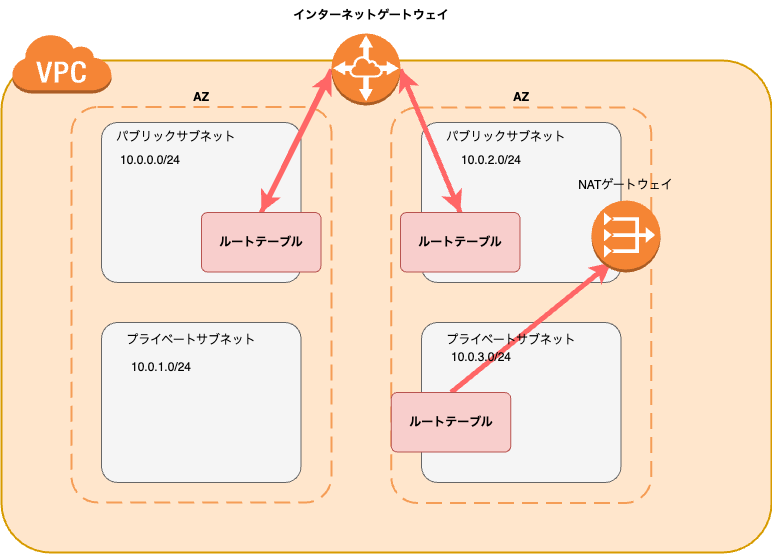
Earlier version of the draw.io export archtect.png (cossack910/AWS-SAA). Source tidied: cells renumbered, new cells last; positions are measured from the earlier drawing's top-left corner, leaving out a move shared by most shapes. The source it was exported from:
```xml
<mxGraphModel background="#ffffff">
  <root>
    <mxCell id="0" />
    <mxCell id="1" parent="0" />
    <mxCell id="2" style="rounded=1;arcSize=10;dashed=0;fillColor=#ffe6cc;strokeWidth=2;strokeColor=#d79b00;" parent="1" vertex="1">
      <mxGeometry y="60" width="770" height="492" as="geometry" />
    </mxCell>
    <mxCell id="3" style="rounded=1;arcSize=10;dashed=1;strokeColor=#F59D56;fillColor=none;gradientColor=none;dashPattern=8 4;strokeWidth=2;" parent="1" vertex="1">
      <mxGeometry x="389.8" y="107" width="260" height="395.5" as="geometry" />
    </mxCell>
    <mxCell id="4" style="rounded=1;arcSize=10;dashed=1;strokeColor=#F59D56;fillColor=none;gradientColor=none;dashPattern=8 4;strokeWidth=2;" parent="1" vertex="1">
      <mxGeometry x="70" y="106.5" width="260" height="395.5" as="geometry" />
    </mxCell>
    <mxCell id="5" style="dashed=0;html=1;shape=mxgraph.aws3.virtual_private_cloud;fillColor=#F58536;gradientColor=none;dashed=0;" parent="1" vertex="1">
      <mxGeometry x="10" y="33" width="100" height="60" as="geometry" />
    </mxCell>
    <mxCell id="6" style="rounded=1;arcSize=10;strokeColor=#666666;fillColor=#f5f5f5;fontColor=#333333;" parent="1" vertex="1">
      <mxGeometry x="100" y="122" width="199.5" height="160" as="geometry" />
    </mxCell>
    <mxCell id="7" style="rounded=1;arcSize=10;strokeColor=#666666;fillColor=#f5f5f5;fontColor=#333333;" parent="1" vertex="1">
      <mxGeometry x="100" y="322" width="199.5" height="160" as="geometry" />
    </mxCell>
    <mxCell id="8" style="rounded=1;arcSize=10;strokeColor=#666666;fillColor=#f5f5f5;fontColor=#333333;" parent="1" vertex="1">
      <mxGeometry x="420" y="122" width="199.5" height="160" as="geometry" />
    </mxCell>
    <mxCell id="9" style="rounded=1;arcSize=10;strokeColor=#666666;fillColor=#f5f5f5;fontColor=#333333;" parent="1" vertex="1">
      <mxGeometry x="420" y="322" width="199.5" height="160" as="geometry" />
    </mxCell>
    <mxCell id="10" style="edgeStyle=none;html=1;exitX=0;exitY=0.5;exitDx=0;exitDy=0;exitPerimeter=0;strokeWidth=5;strokeColor=#FF6666;entryX=0.5;entryY=0;entryDx=0;entryDy=0;" parent="1" edge="1" source="12" target="14">
      <mxGeometry relative="1" as="geometry" />
    </mxCell>
    <mxCell id="11" style="edgeStyle=none;html=1;exitX=1;exitY=0.5;exitDx=0;exitDy=0;exitPerimeter=0;entryX=0.5;entryY=0;entryDx=0;entryDy=0;strokeColor=#FF6666;strokeWidth=5;" parent="1" edge="1" source="12" target="16">
      <mxGeometry relative="1" as="geometry" />
    </mxCell>
    <mxCell id="12" style="outlineConnect=0;dashed=0;verticalLabelPosition=bottom;verticalAlign=top;align=center;html=1;shape=mxgraph.aws3.vpc_peering;fillColor=#F58534;gradientColor=none;" parent="1" vertex="1">
      <mxGeometry x="330" y="33" width="69" height="72" as="geometry" />
    </mxCell>
    <mxCell id="13" style="edgeStyle=none;html=1;exitX=0.5;exitY=0;exitDx=0;exitDy=0;strokeColor=#FF6666;strokeWidth=5;" parent="1" edge="1" source="14">
      <mxGeometry relative="1" as="geometry">
        <mxPoint x="330" y="72" as="targetPoint" />
      </mxGeometry>
    </mxCell>
    <mxCell id="14" style="rounded=1;arcSize=10;strokeColor=#b85450;fillColor=#f8cecc;" parent="1" vertex="1">
      <mxGeometry x="200" y="212" width="119.5" height="59.5" as="geometry" />
    </mxCell>
    <mxCell id="15" style="edgeStyle=none;html=1;exitX=0.5;exitY=0;exitDx=0;exitDy=0;entryX=1;entryY=0.5;entryDx=0;entryDy=0;entryPerimeter=0;strokeColor=#FF6666;strokeWidth=5;" parent="1" edge="1" source="16" target="12">
      <mxGeometry relative="1" as="geometry" />
    </mxCell>
    <mxCell id="16" style="rounded=1;arcSize=10;strokeColor=#b85450;fillColor=#f8cecc;" parent="1" vertex="1">
      <mxGeometry x="399" y="212" width="119.5" height="59.5" as="geometry" />
    </mxCell>
    <mxCell id="17" style="edgeStyle=none;html=1;exitX=0.5;exitY=0;exitDx=0;exitDy=0;strokeColor=#FF6666;strokeWidth=5;entryX=0.29;entryY=0.861;entryDx=0;entryDy=0;entryPerimeter=0;" parent="1" edge="1" source="18" target="19">
      <mxGeometry relative="1" as="geometry" />
    </mxCell>
    <mxCell id="18" style="rounded=1;arcSize=10;strokeColor=#b85450;fillColor=#f8cecc;" parent="1" vertex="1">
      <mxGeometry x="389.8" y="392" width="119.5" height="59.5" as="geometry" />
    </mxCell>
    <mxCell id="19" style="outlineConnect=0;dashed=0;verticalLabelPosition=bottom;verticalAlign=top;align=center;html=1;shape=mxgraph.aws3.vpc_nat_gateway;fillColor=#F58534;gradientColor=none;" parent="1" vertex="1">
      <mxGeometry x="590" y="200" width="69" height="72" as="geometry" />
    </mxCell>
    <mxCell id="20" value="インターネットゲートウェイ" style="text;strokeColor=none;align=center;fillColor=none;html=1;verticalAlign=middle;whiteSpace=wrap;rounded=0;fontColor=#000000;fontStyle=1;" parent="1" vertex="1">
      <mxGeometry x="270" width="200" height="30" as="geometry" />
    </mxCell>
    <mxCell id="21" value="ルートテーブル" style="text;strokeColor=none;align=center;fillColor=none;html=1;verticalAlign=middle;whiteSpace=wrap;rounded=0;fontColor=#000000;fontStyle=1;" parent="1" vertex="1">
      <mxGeometry x="210" y="226.8" width="100" height="30" as="geometry" />
    </mxCell>
    <mxCell id="22" value="ルートテーブル" style="text;strokeColor=none;align=center;fillColor=none;html=1;verticalAlign=middle;whiteSpace=wrap;rounded=0;fontColor=#000000;fontStyle=1;" parent="1" vertex="1">
      <mxGeometry x="408.8" y="226.8" width="100" height="30" as="geometry" />
    </mxCell>
    <mxCell id="23" value="ルートテーブル" style="text;strokeColor=none;align=center;fillColor=none;html=1;verticalAlign=middle;whiteSpace=wrap;rounded=0;fontColor=#000000;fontStyle=1;" parent="1" vertex="1">
      <mxGeometry x="399.5" y="406.8" width="100" height="30" as="geometry" />
    </mxCell>
    <mxCell id="24" value="AZ" style="text;strokeColor=none;align=center;fillColor=none;html=1;verticalAlign=middle;whiteSpace=wrap;rounded=0;fontColor=#000000;fontStyle=1;" parent="1" vertex="1">
      <mxGeometry x="169.8" y="82" width="60" height="30" as="geometry" />
    </mxCell>
    <mxCell id="25" value="AZ" style="text;strokeColor=none;align=center;fillColor=none;html=1;verticalAlign=middle;whiteSpace=wrap;rounded=0;fontColor=#000000;fontStyle=1;" parent="1" vertex="1">
      <mxGeometry x="489.8" y="82" width="60" height="30" as="geometry" />
    </mxCell>
    <mxCell id="26" value="パブリックサブネット" style="text;strokeColor=none;align=center;fillColor=none;html=1;verticalAlign=middle;whiteSpace=wrap;rounded=0;fontColor=#000000;" parent="1" vertex="1">
      <mxGeometry x="109.8" y="122" width="130.2" height="30" as="geometry" />
    </mxCell>
    <mxCell id="27" value="パブリックサブネット" style="text;strokeColor=none;align=center;fillColor=none;html=1;verticalAlign=middle;whiteSpace=wrap;rounded=0;fontColor=#000000;" parent="1" vertex="1">
      <mxGeometry x="440" y="122" width="130.2" height="30" as="geometry" />
    </mxCell>
    <mxCell id="28" value="プライベートサブネット" style="text;strokeColor=none;align=center;fillColor=none;html=1;verticalAlign=middle;whiteSpace=wrap;rounded=0;fontColor=#000000;" parent="1" vertex="1">
      <mxGeometry x="110" y="325" width="160" height="30" as="geometry" />
    </mxCell>
    <mxCell id="29" value="プライベートサブネット" style="text;strokeColor=none;align=center;fillColor=none;html=1;verticalAlign=middle;whiteSpace=wrap;rounded=0;fontColor=#000000;" parent="1" vertex="1">
      <mxGeometry x="440" y="325" width="140" height="30" as="geometry" />
    </mxCell>
    <mxCell id="30" value="NATゲートウェイ" style="text;strokeColor=none;align=center;fillColor=none;html=1;verticalAlign=middle;whiteSpace=wrap;rounded=0;fontColor=#000000;" parent="1" vertex="1">
      <mxGeometry x="572.2" y="170" width="104.5" height="30" as="geometry" />
    </mxCell>
    <mxCell id="31" value="10.0.0.0/24" style="text;strokeColor=none;align=center;fillColor=none;html=1;verticalAlign=middle;whiteSpace=wrap;rounded=0;fontColor=#000000;" parent="1" vertex="1">
      <mxGeometry x="109" y="145" width="80" height="30" as="geometry" />
    </mxCell>
    <mxCell id="32" value="10.0.2.0/24" style="text;strokeColor=none;align=center;fillColor=none;html=1;verticalAlign=middle;whiteSpace=wrap;rounded=0;fontColor=#000000;" parent="1" vertex="1">
      <mxGeometry x="450" y="145" width="80" height="30" as="geometry" />
    </mxCell>
    <mxCell id="33" value="10.0.1.0/24" style="text;strokeColor=none;align=center;fillColor=none;html=1;verticalAlign=middle;whiteSpace=wrap;rounded=0;fontColor=#000000;" parent="1" vertex="1">
      <mxGeometry x="120" y="352" width="80" height="30" as="geometry" />
    </mxCell>
    <mxCell id="34" value="10.0.3.0/24" style="text;strokeColor=none;align=center;fillColor=none;html=1;verticalAlign=middle;whiteSpace=wrap;rounded=0;fontColor=#000000;" parent="1" vertex="1">
      <mxGeometry x="440" y="342" width="80" height="30" as="geometry" />
    </mxCell>
  </root>
</mxGraphModel>
```
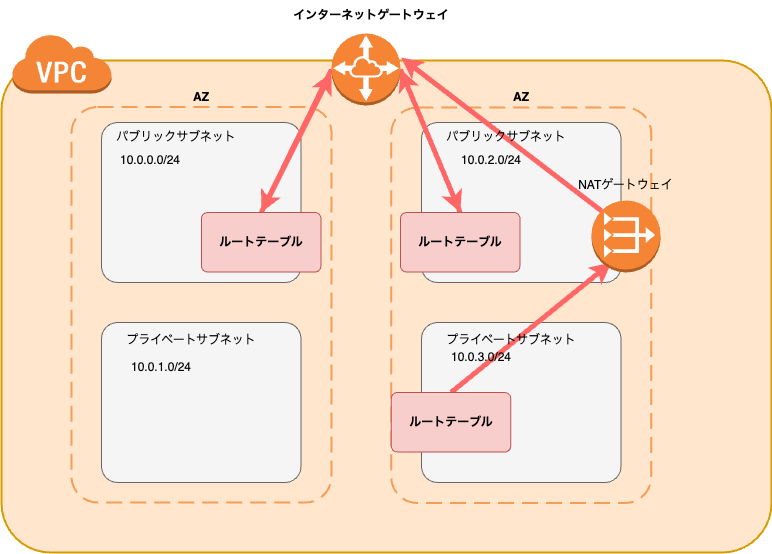
After the change.

What changed in the source:
```diff
@@ -55,6 +55,9 @@
     <mxCell id="18" style="rounded=1;arcSize=10;strokeColor=#b85450;fillColor=#f8cecc;" parent="1" vertex="1">
       <mxGeometry x="389.8" y="392" width="119.5" height="59.5" as="geometry" />
     </mxCell>
+    <mxCell id="35" style="edgeStyle=none;html=1;exitX=0.145;exitY=0.145;exitDx=0;exitDy=0;exitPerimeter=0;entryX=0.519;entryY=-0.006;entryDx=0;entryDy=0;entryPerimeter=0;fillColor=#e51400;strokeColor=#FF6666;strokeWidth=5;" parent="1" edge="1" source="19" target="2">
+      <mxGeometry relative="1" as="geometry" />
+    </mxCell>
     <mxCell id="19" style="outlineConnect=0;dashed=0;verticalLabelPosition=bottom;verticalAlign=top;align=center;html=1;shape=mxgraph.aws3.vpc_nat_gateway;fillColor=#F58534;gradientColor=none;" parent="1" vertex="1">
       <mxGeometry x="590" y="200" width="69" height="72" as="geometry" />
     </mxCell>
```
